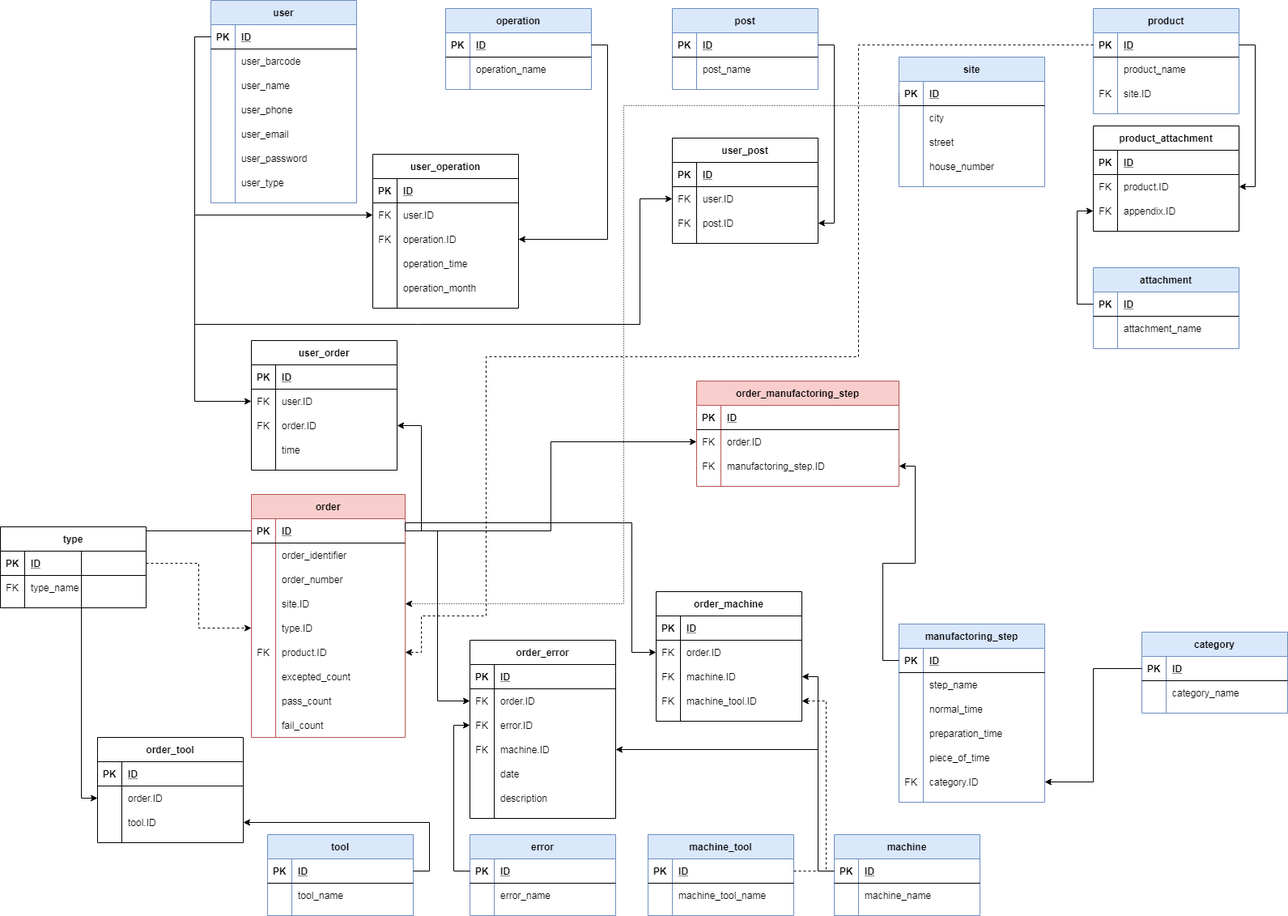
Before: DOC/diagrams/database_plan_2_0_0.png, a diagram exported from draw.io (KerteszZoltan/mesterminal). Source tidied: cells renumbered, new cells last; positions are measured from the earlier drawing's top-left corner, leaving out a move shared by most shapes.
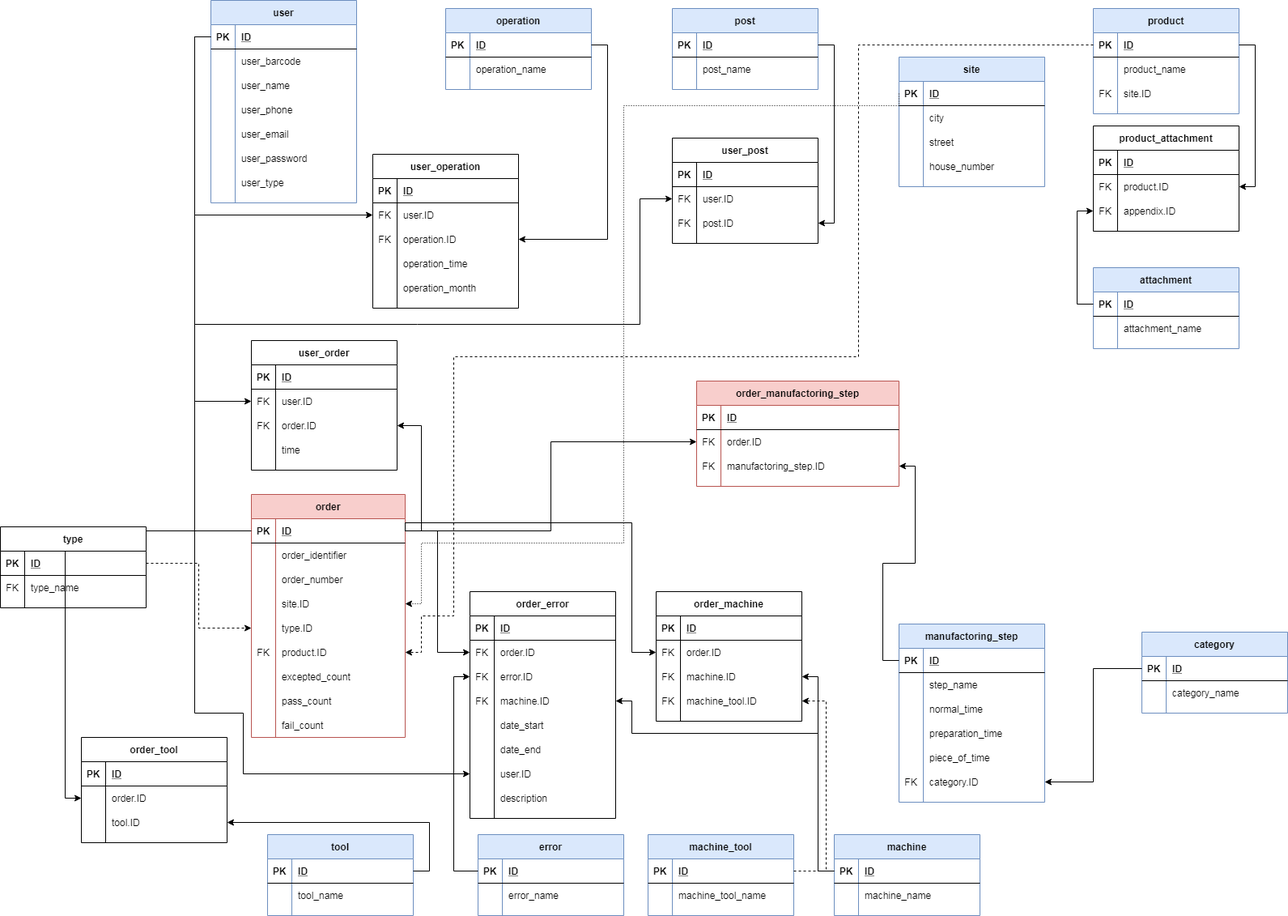
After the commit.

Diff of the diagram source:
```diff
@@ -358,7 +358,7 @@
       <mxGeometry x="30" width="150" height="30" as="geometry" />
     </mxCell>
     <mxCell id="118" value="order_tool" style="shape=table;startSize=30;rowLines=0;fontStyle=1;align=center;" parent="1" vertex="1">
-      <mxGeometry x="120" y="910" width="180" height="130" as="geometry" />
+      <mxGeometry x="100" y="910" width="180" height="130" as="geometry" />
     </mxCell>
     <mxCell id="119" style="shape=partialRectangle;fillColor=none;top=0;left=0;bottom=1;right=0;" parent="118" vertex="1">
       <mxGeometry y="30" width="180" height="30" as="geometry" />
@@ -394,7 +394,7 @@
       <mxGeometry relative="1" as="geometry" />
     </mxCell>
     <mxCell id="130" value="error" style="shape=table;startSize=30;rowLines=0;fontStyle=1;align=center;fillColor=#dae8fc;strokeColor=#6c8ebf;" parent="1" vertex="1">
-      <mxGeometry x="580" y="1030" width="180" height="100" as="geometry" />
+      <mxGeometry x="590" y="1030" width="180" height="100" as="geometry" />
     </mxCell>
     <mxCell id="131" style="shape=partialRectangle;fillColor=none;top=0;left=0;bottom=1;right=0;points=[[0,0.5],[1,0.5]];portConstraint=eastwest;" parent="130" vertex="1">
       <mxGeometry y="30" width="180" height="30" as="geometry" />
@@ -415,7 +415,7 @@
       <mxGeometry x="30" width="150" height="30" as="geometry" />
     </mxCell>
     <mxCell id="137" value="order_error" style="shape=table;startSize=30;rowLines=0;fontStyle=1;align=center;" parent="1" vertex="1">
-      <mxGeometry x="580" y="790" width="180" height="220" as="geometry" />
+      <mxGeometry x="580" y="730" width="180" height="280" as="geometry" />
     </mxCell>
     <mxCell id="138" style="shape=partialRectangle;fillColor=none;top=0;left=0;bottom=1;right=0;" parent="137" vertex="1">
       <mxGeometry y="30" width="180" height="30" as="geometry" />
@@ -459,7 +459,7 @@
     <mxCell id="151" style="shape=partialRectangle;fillColor=none;top=0;left=0;bottom=0;right=0;overflow=hidden;" parent="150" vertex="1">
       <mxGeometry width="30" height="30" as="geometry" />
     </mxCell>
-    <mxCell id="152" value="date" style="shape=partialRectangle;fillColor=none;top=0;left=0;bottom=0;right=0;align=left;spacingLeft=6;overflow=hidden;" parent="150" vertex="1">
+    <mxCell id="152" value="date_start" style="shape=partialRectangle;fillColor=none;top=0;left=0;bottom=0;right=0;align=left;spacingLeft=6;overflow=hidden;" parent="150" vertex="1">
       <mxGeometry x="30" width="150" height="30" as="geometry" />
     </mxCell>
     <mxCell id="153" style="shape=partialRectangle;fillColor=none;top=0;left=0;bottom=0;right=0;" parent="137" vertex="1">
@@ -468,9 +468,27 @@
     <mxCell id="154" style="shape=partialRectangle;fillColor=none;top=0;left=0;bottom=0;right=0;overflow=hidden;" parent="153" vertex="1">
       <mxGeometry width="30" height="30" as="geometry" />
     </mxCell>
-    <mxCell id="155" value="description" style="shape=partialRectangle;fillColor=none;top=0;left=0;bottom=0;right=0;align=left;spacingLeft=6;overflow=hidden;" parent="153" vertex="1">
+    <mxCell id="155" value="date_end" style="shape=partialRectangle;fillColor=none;top=0;left=0;bottom=0;right=0;align=left;spacingLeft=6;overflow=hidden;" parent="153" vertex="1">
       <mxGeometry x="30" width="150" height="30" as="geometry" />
     </mxCell>
+    <mxCell id="280" style="shape=partialRectangle;fillColor=none;top=0;left=0;bottom=0;right=0;points=[[0,0.5],[1,0.5]];portConstraint=eastwest;" parent="137" vertex="1">
+      <mxGeometry y="210" width="180" height="30" as="geometry" />
+    </mxCell>
+    <mxCell id="281" style="shape=partialRectangle;fillColor=none;top=0;left=0;bottom=0;right=0;overflow=hidden;" parent="280" vertex="1">
+      <mxGeometry width="30" height="30" as="geometry" />
+    </mxCell>
+    <mxCell id="282" value="user.ID" style="shape=partialRectangle;fillColor=none;top=0;left=0;bottom=0;right=0;align=left;spacingLeft=6;overflow=hidden;" parent="280" vertex="1">
+      <mxGeometry x="30" width="150" height="30" as="geometry" />
+    </mxCell>
+    <mxCell id="283" style="shape=partialRectangle;fillColor=none;top=0;left=0;bottom=0;right=0;" parent="137" vertex="1">
+      <mxGeometry y="240" width="180" height="30" as="geometry" />
+    </mxCell>
+    <mxCell id="284" style="shape=partialRectangle;fillColor=none;top=0;left=0;bottom=0;right=0;overflow=hidden;" parent="283" vertex="1">
+      <mxGeometry width="30" height="30" as="geometry" />
+    </mxCell>
+    <mxCell id="285" value="description" style="shape=partialRectangle;fillColor=none;top=0;left=0;bottom=0;right=0;align=left;spacingLeft=6;overflow=hidden;" parent="283" vertex="1">
+      <mxGeometry x="30" width="150" height="30" as="geometry" />
+    </mxCell>
     <mxCell id="156" style="edgeStyle=orthogonalEdgeStyle;rounded=0;jettySize=auto;html=1;exitX=1;exitY=0.5;exitDx=0;exitDy=0;entryX=0;entryY=0.5;entryDx=0;entryDy=0;" parent="1" edge="1" source="69" target="141">
       <mxGeometry relative="1" as="geometry" />
     </mxCell>
@@ -817,8 +835,8 @@
         <Array as="points">
           <mxPoint x="1060" y="55" />
           <mxPoint x="1060" y="440" />
-          <mxPoint x="600" y="440" />
-          <mxPoint x="600" y="760" />
+          <mxPoint x="560" y="440" />
+          <mxPoint x="560" y="760" />
           <mxPoint x="520" y="760" />
           <mxPoint x="520" y="805" />
         </Array>
@@ -852,7 +870,9 @@
       <mxGeometry relative="1" as="geometry">
         <Array as="points">
           <mxPoint x="1010" y="1075" />
-          <mxPoint x="1010" y="925" />
+          <mxPoint x="1010" y="905" />
+          <mxPoint x="780" y="905" />
+          <mxPoint x="780" y="865" />
         </Array>
       </mxGeometry>
     </mxCell>
@@ -869,9 +889,21 @@
         <Array as="points">
           <mxPoint x="1110" y="130" />
           <mxPoint x="770" y="130" />
-          <mxPoint x="770" y="745" />
+          <mxPoint x="770" y="670" />
+          <mxPoint x="520" y="670" />
+          <mxPoint x="520" y="745" />
         </Array>
       </mxGeometry>
     </mxCell>
+    <mxCell id="286" style="edgeStyle=orthogonalEdgeStyle;rounded=0;jettySize=auto;html=1;exitX=0;exitY=0.5;exitDx=0;exitDy=0;entryX=0;entryY=0.5;entryDx=0;entryDy=0;" parent="1" edge="1" source="3" target="280">
+      <mxGeometry relative="1" as="geometry">
+        <Array as="points">
+          <mxPoint x="240" y="45" />
+          <mxPoint x="240" y="880" />
+          <mxPoint x="300" y="880" />
+          <mxPoint x="300" y="955" />
+        </Array>
+      </mxGeometry>
+    </mxCell>
   </root>
 </mxGraphModel>
```
